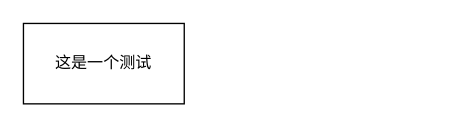
Earlier version of the draw.io diagram 未命名绘图.drawio (housailei-code/LiuLei-ss). Source tidied: cells renumbered, new cells numbered last; positions are measured from the earlier drawing's top-left corner, leaving out a move shared by most shapes. Both pictures are drawn from the tidied source at 134%, with x=0, y=0 at pixel (23, 23).
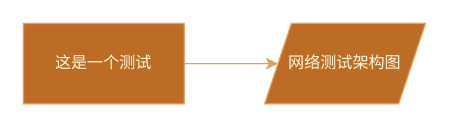
Above is the later version.

Commit message:
更新未命名绘图.drawio

Diff of the diagram source:
```diff
@@
 <mxGraphModel>
   <root>
     <mxCell id="0" />
     <mxCell id="1" parent="0" />
+    <mxCell id="3" style="edgeStyle=orthogonalEdgeStyle;rounded=0;jettySize=auto;html=1;labelBackgroundColor=none;strokeColor=#DDA15E;fontColor=default;" parent="1" edge="1" source="2" target="4">
+      <mxGeometry relative="1" as="geometry" />
+    </mxCell>
-    <mxCell id="2" value="这是一个测试" style="rounded=0;whiteSpace=wrap;html=1;" parent="1" vertex="1">
+    <mxCell id="2" value="这是一个测试" style="rounded=0;whiteSpace=wrap;html=1;labelBackgroundColor=none;fillColor=#BC6C25;strokeColor=#DDA15E;fontColor=#FEFAE0;" parent="1" vertex="1">
       <mxGeometry width="120" height="60" as="geometry" />
     </mxCell>
+    <mxCell id="4" value="网络测试架构图" style="shape=parallelogram;perimeter=parallelogramPerimeter;whiteSpace=wrap;html=1;fixedSize=1;rounded=0;labelBackgroundColor=none;fillColor=#BC6C25;strokeColor=#DDA15E;fontColor=#FEFAE0;" parent="1" vertex="1">
+      <mxGeometry x="180" width="120" height="60" as="geometry" />
+    </mxCell>
   </root>
 </mxGraphModel>
```
